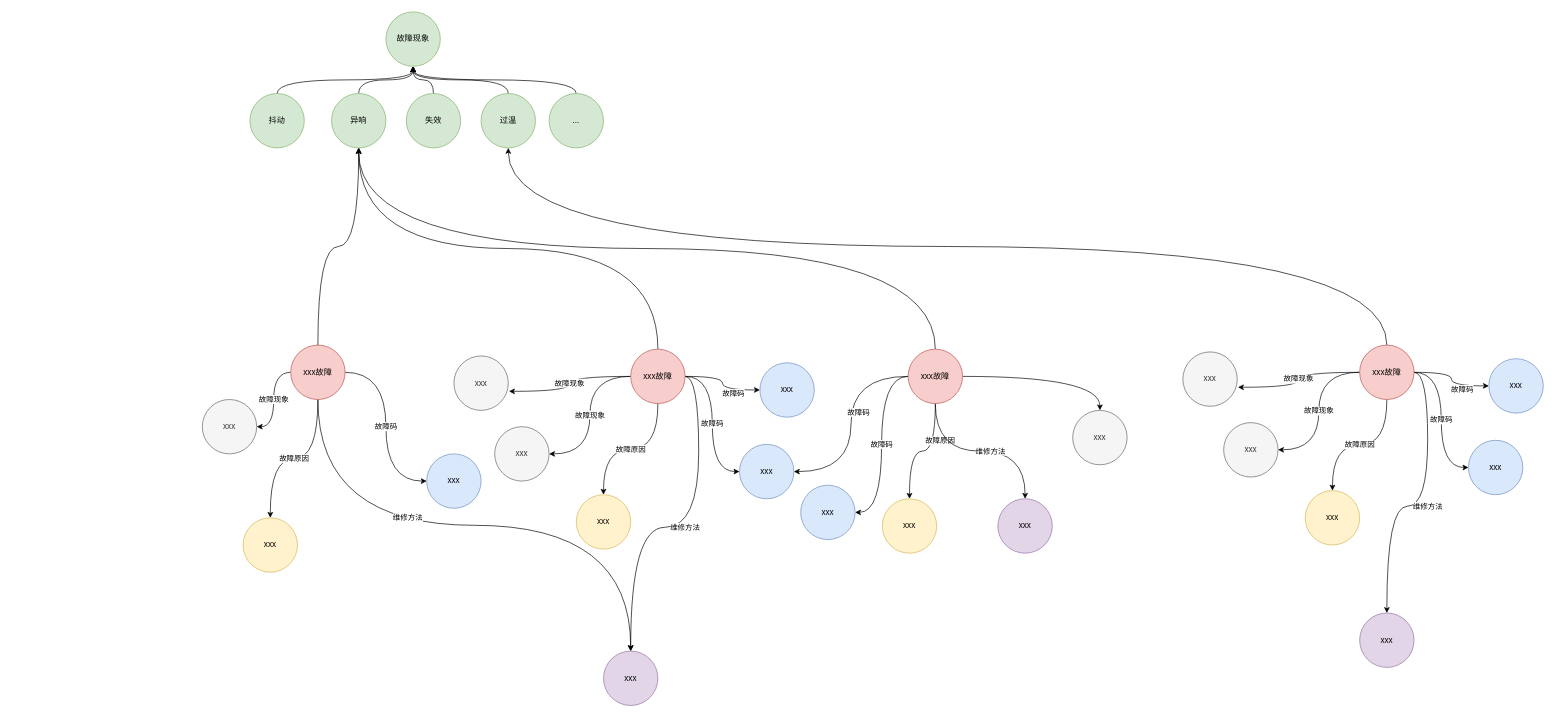
Before: fkg-model.drawio in Max-yuki/share, a draw.io diagram. Source tidied: cells renumbered, new cells numbered last; positions are measured from the earlier drawing's top-left corner, leaving out a move shared by most shapes. Both pictures are drawn from the tidied source at 68%, with x=0, y=0 at pixel (202, 12).
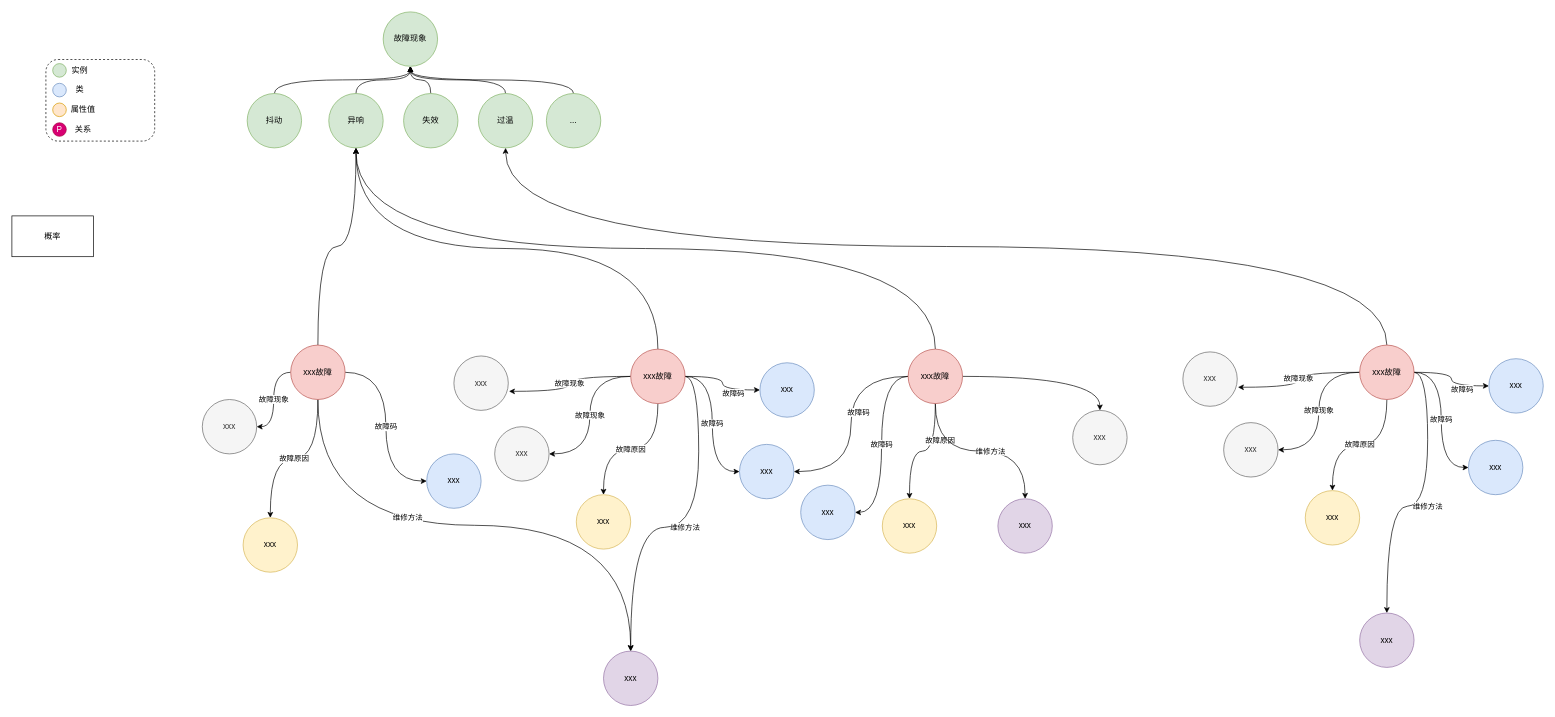
The same diagram, later.

The edit, as a diff of the source:
```diff
@@
     <mxCell id="2" value="故障现象" style="ellipse;whiteSpace=wrap;html=1;fillColor=#d5e8d4;strokeColor=#82b366;" parent="1" vertex="1">
-      <mxGeometry x="270" width="80" height="80" as="geometry" />
+      <mxGeometry x="266" width="80" height="80" as="geometry" />
     </mxCell>
@@
     <mxCell id="4" value="抖动" style="ellipse;whiteSpace=wrap;html=1;fillColor=#d5e8d4;strokeColor=#82b366;" parent="1" vertex="1">
-      <mxGeometry x="70" y="120" width="80" height="80" as="geometry" />
+      <mxGeometry x="66" y="120" width="80" height="80" as="geometry" />
     </mxCell>
@@
     <mxCell id="6" value="异响" style="ellipse;whiteSpace=wrap;html=1;fillColor=#d5e8d4;strokeColor=#82b366;" parent="1" vertex="1">
-      <mxGeometry x="190" y="120" width="80" height="80" as="geometry" />
+      <mxGeometry x="186" y="120" width="80" height="80" as="geometry" />
     </mxCell>
@@
     <mxCell id="8" value="失效" style="ellipse;whiteSpace=wrap;html=1;fillColor=#d5e8d4;strokeColor=#82b366;" parent="1" vertex="1">
-      <mxGeometry x="300" y="120" width="80" height="80" as="geometry" />
+      <mxGeometry x="296" y="120" width="80" height="80" as="geometry" />
     </mxCell>
@@
     <mxCell id="10" value="过温" style="ellipse;whiteSpace=wrap;html=1;fillColor=#d5e8d4;strokeColor=#82b366;" parent="1" vertex="1">
-      <mxGeometry x="410" y="120" width="80" height="80" as="geometry" />
+      <mxGeometry x="406" y="120" width="80" height="80" as="geometry" />
     </mxCell>
@@
     <mxCell id="12" value="..." style="ellipse;whiteSpace=wrap;html=1;fillColor=#d5e8d4;strokeColor=#82b366;" parent="1" vertex="1">
-      <mxGeometry x="510" y="120" width="80" height="80" as="geometry" />
+      <mxGeometry x="506" y="120" width="80" height="80" as="geometry" />
     </mxCell>
@@
+    <mxCell id="67" style="rounded=1;whiteSpace=wrap;html=1;dashed=1;" parent="1" vertex="1">
+      <mxGeometry x="-230" y="70" width="160" height="120" as="geometry" />
+    </mxCell>
+    <mxCell id="68" style="ellipse;whiteSpace=wrap;html=1;fillColor=#d5e8d4;strokeColor=#82b366;" parent="1" vertex="1">
+      <mxGeometry x="-220" y="76" width="20" height="20" as="geometry" />
+    </mxCell>
+    <mxCell id="69" value="实例" style="text;html=1;strokeColor=none;fillColor=none;align=center;verticalAlign=middle;whiteSpace=wrap;rounded=0;" parent="1" vertex="1">
+      <mxGeometry x="-200" y="76" width="40" height="20" as="geometry" />
+    </mxCell>
+    <mxCell id="70" style="ellipse;whiteSpace=wrap;html=1;fillColor=#dae8fc;strokeColor=#6c8ebf;" parent="1" vertex="1">
+      <mxGeometry x="-220" y="105" width="20" height="20" as="geometry" />
+    </mxCell>
+    <mxCell id="71" value="属性值" style="text;html=1;strokeColor=none;fillColor=none;align=center;verticalAlign=middle;whiteSpace=wrap;rounded=0;" parent="1" vertex="1">
+      <mxGeometry x="-195" y="134" width="40" height="20" as="geometry" />
+    </mxCell>
+    <mxCell id="72" style="ellipse;whiteSpace=wrap;html=1;fillColor=#ffe6cc;strokeColor=#d79b00;" parent="1" vertex="1">
+      <mxGeometry x="-220" y="134" width="20" height="20" as="geometry" />
+    </mxCell>
+    <mxCell id="73" value="类" style="text;html=1;strokeColor=none;fillColor=none;align=center;verticalAlign=middle;whiteSpace=wrap;rounded=0;" parent="1" vertex="1">
+      <mxGeometry x="-200" y="105" width="40" height="20" as="geometry" />
+    </mxCell>
+    <mxCell id="74" value="P" style="ellipse;whiteSpace=wrap;html=1;fillColor=#d80073;strokeColor=#A50040;fontColor=#ffffff;" parent="1" vertex="1">
+      <mxGeometry x="-220" y="163" width="20" height="20" as="geometry" />
+    </mxCell>
+    <mxCell id="75" value="关系" style="text;html=1;strokeColor=none;fillColor=none;align=center;verticalAlign=middle;whiteSpace=wrap;rounded=0;" parent="1" vertex="1">
+      <mxGeometry x="-195" y="163" width="40" height="20" as="geometry" />
+    </mxCell>
+    <mxCell id="76" value="概率" style="rounded=0;whiteSpace=wrap;html=1;" parent="1" vertex="1">
+      <mxGeometry x="-280" y="300" width="120" height="60" as="geometry" />
+    </mxCell>
```
